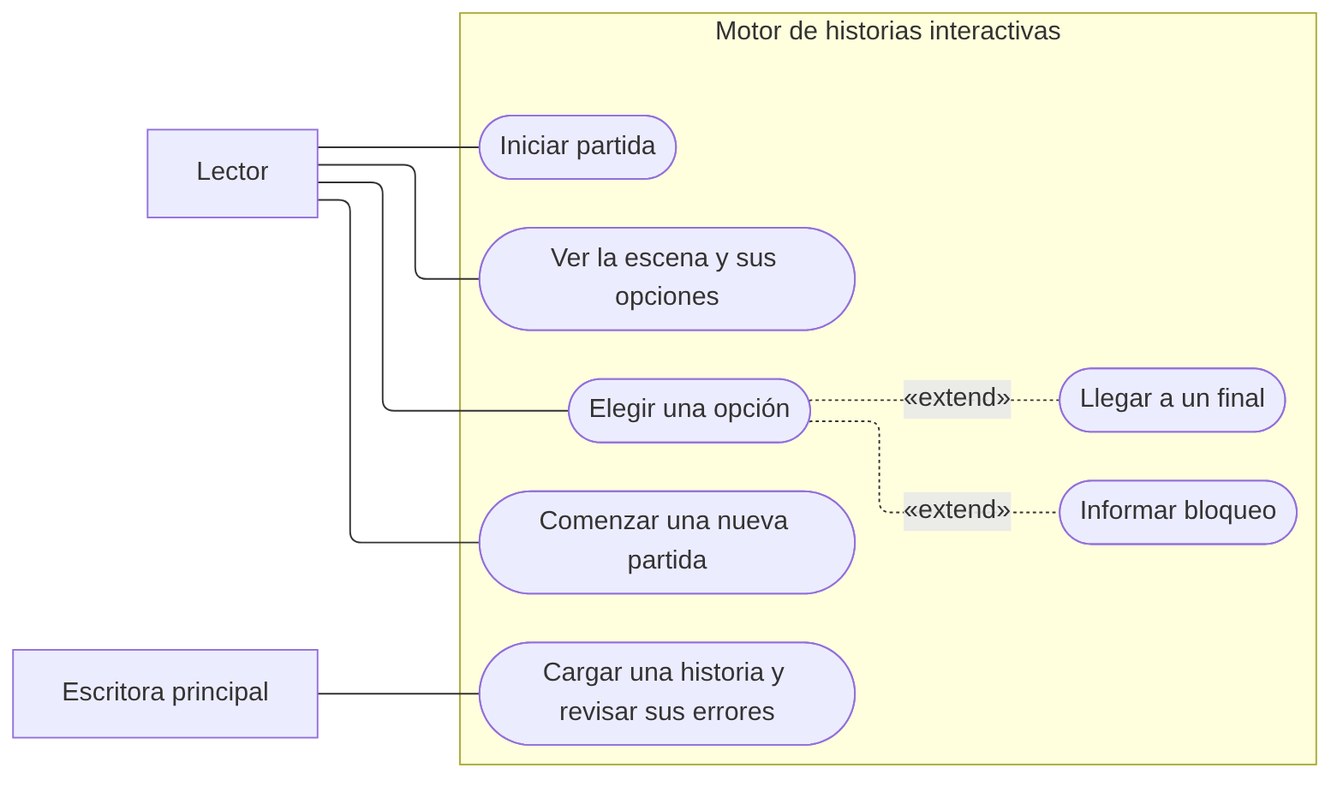
This is docs/diagramas/casos_de_uso.png from 8alanct-hub/sistema_de_historias_interectativas, a Mermaid export, as it was before one commit. Its source is kept beside it as docs/diagramas/casos_de_uso.mmd. The source it was exported from:
```mermaid
---
config:
  layout: elk
---
flowchart LR
    L["Lector"]
    E["Escritora principal"]

    subgraph Motor["Motor de historias interactivas"]
        CU1(["Iniciar partida"])
        CU2(["Ver la escena y sus opciones"])
        CU3(["Elegir una opción"])
        CU4(["Comenzar una nueva partida"])
        CU5(["Cargar una historia y revisar sus errores"])
        X1(["Llegar a un final"])
        X2(["Informar bloqueo"])
    end

    L --- CU1
    L --- CU2
    L --- CU3
    L --- CU4
    E --- CU5
    CU3 -. "«extend»" .- X1
    CU3 -. "«extend»" .- X2
```
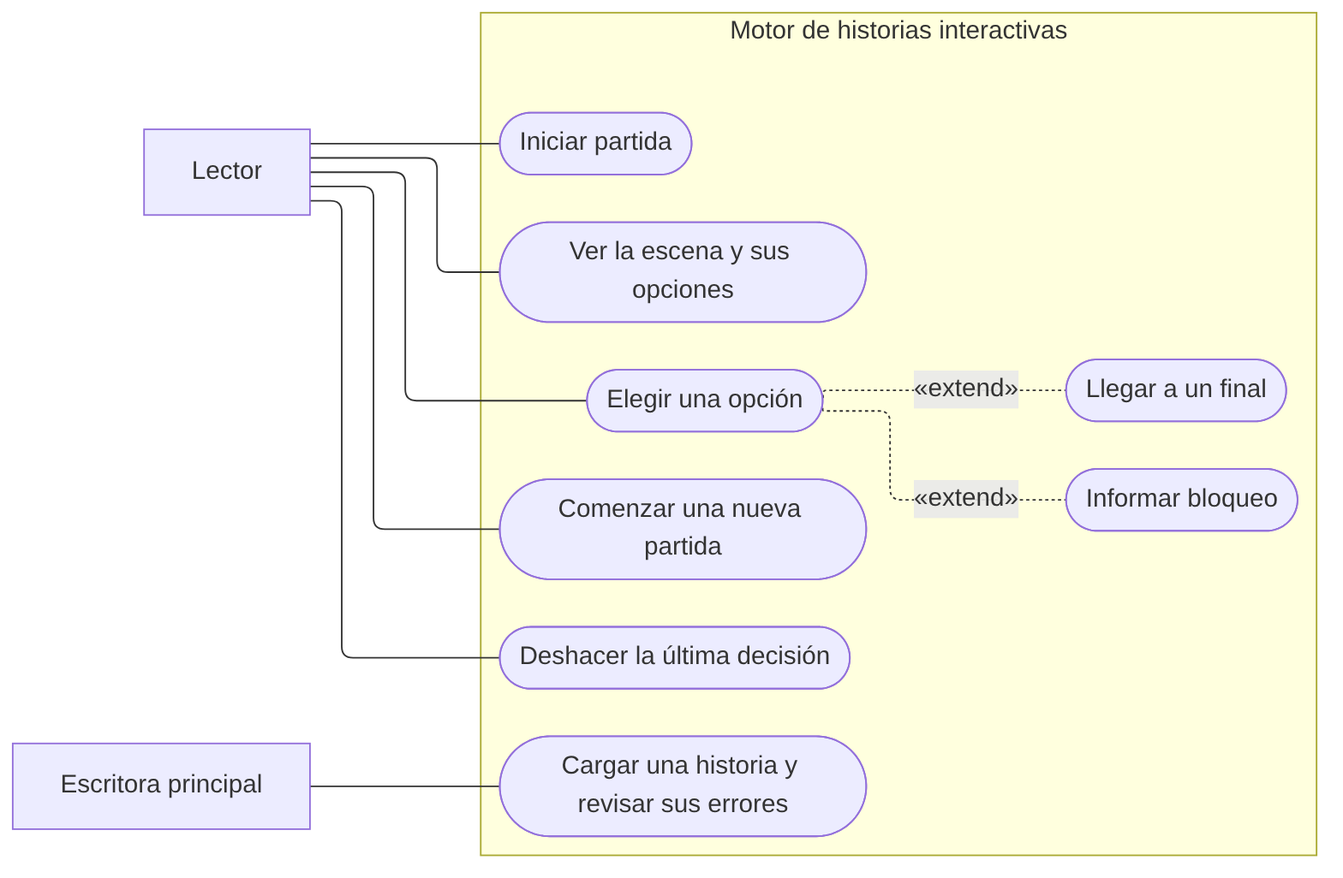
Above is the later version.

Diff of the diagram source:
```diff
@@ -11,6 +11,7 @@
         CU2(["Ver la escena y sus opciones"])
         CU3(["Elegir una opción"])
         CU4(["Comenzar una nueva partida"])
+        CU6(["Deshacer la última decisión"])
         CU5(["Cargar una historia y revisar sus errores"])
         X1(["Llegar a un final"])
         X2(["Informar bloqueo"])
@@ -20,6 +21,7 @@
     L --- CU2
     L --- CU3
     L --- CU4
+    L --- CU6
     E --- CU5
     CU3 -. "«extend»" .- X1
     CU3 -. "«extend»" .- X2
```
